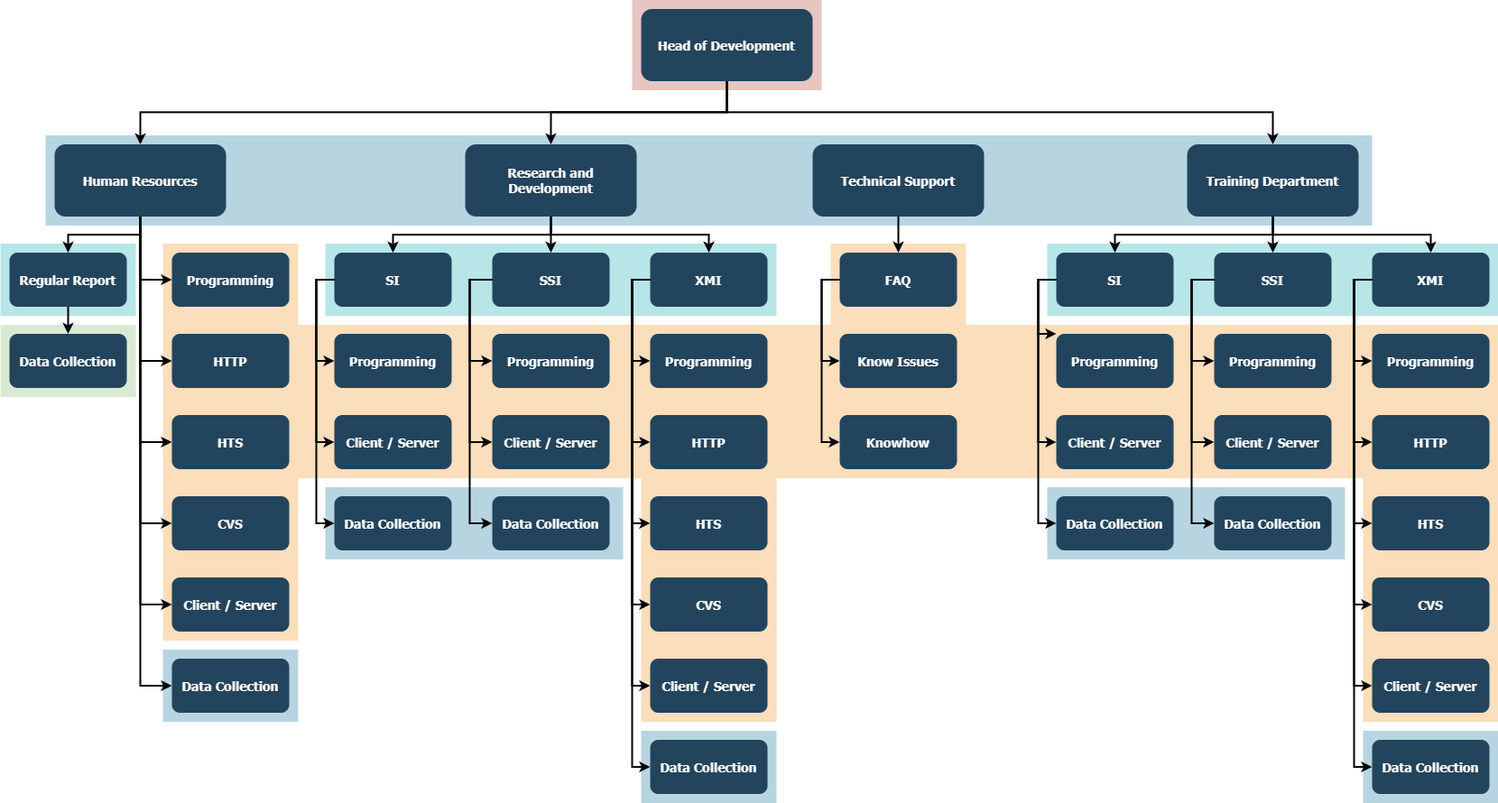
Above: Untitled Diagram.drawio.png in hamzarkm/learning-area (draw.io), before the change. Source tidied: cells renumbered, new cells last; positions are measured from the earlier drawing's top-left corner, leaving out a move shared by most shapes.
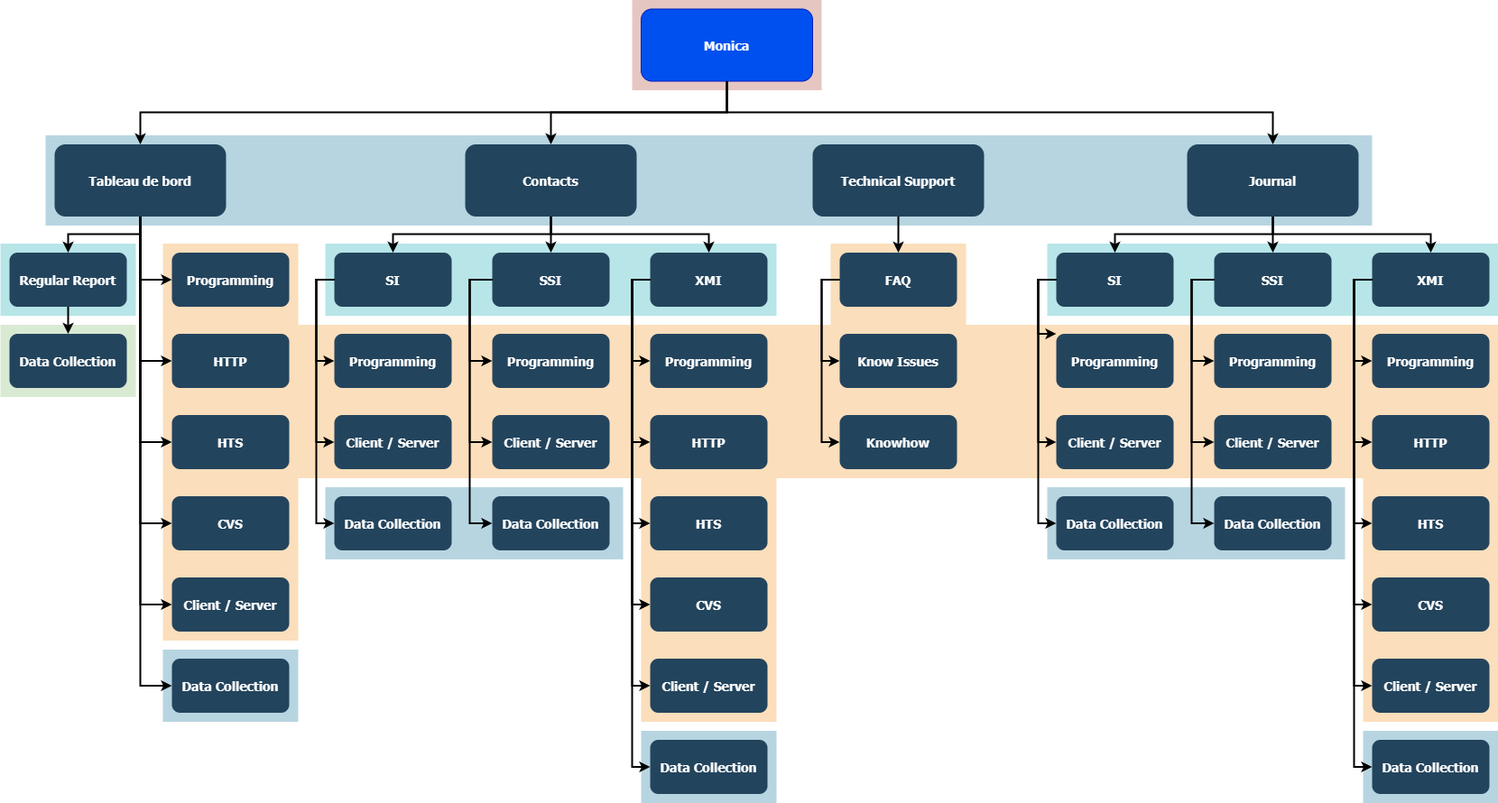
Later version of the same file.

What changed in the source:
```diff
@@ -50,10 +50,10 @@
     <mxCell id="17" style="fillColor=#12AAB5;strokeColor=none;opacity=30;" parent="1" vertex="1">
       <mxGeometry y="269.5" width="150" height="80" as="geometry" />
     </mxCell>
-    <mxCell id="18" value="Head of Development" style="rounded=1;fillColor=#23445D;gradientColor=none;strokeColor=none;fontColor=#FFFFFF;fontStyle=1;fontFamily=Tahoma;fontSize=14;" parent="1" vertex="1">
+    <mxCell id="18" value="Monica" style="rounded=1;fillColor=#0050ef;strokeColor=#001DBC;fontStyle=1;fontFamily=Tahoma;fontSize=14;fontColor=#ffffff;" parent="1" vertex="1">
       <mxGeometry x="710" y="9.5" width="190" height="80" as="geometry" />
     </mxCell>
-    <mxCell id="19" value="Training Department" style="rounded=1;fillColor=#23445D;gradientColor=none;strokeColor=none;fontColor=#FFFFFF;fontStyle=1;fontFamily=Tahoma;fontSize=14;" parent="1" vertex="1">
+    <mxCell id="19" value="Journal" style="rounded=1;fillColor=#23445D;gradientColor=none;strokeColor=none;fontColor=#FFFFFF;fontStyle=1;fontFamily=Tahoma;fontSize=14;" parent="1" vertex="1">
       <mxGeometry x="1315" y="159.5" width="190" height="80" as="geometry" />
     </mxCell>
     <mxCell id="20" style="edgeStyle=elbowEdgeStyle;elbow=vertical;strokeWidth=2;rounded=0;" parent="1" edge="1" source="18" target="19">
@@ -62,10 +62,10 @@
     <mxCell id="21" value="Technical Support" style="rounded=1;fillColor=#23445D;gradientColor=none;strokeColor=none;fontColor=#FFFFFF;fontStyle=1;fontFamily=Tahoma;fontSize=14;" parent="1" vertex="1">
       <mxGeometry x="900" y="159.5" width="190" height="80" as="geometry" />
     </mxCell>
-    <mxCell id="22" value="Research and &#10;Development" style="rounded=1;fillColor=#23445D;gradientColor=none;strokeColor=none;fontColor=#FFFFFF;fontStyle=1;fontFamily=Tahoma;fontSize=14;" parent="1" vertex="1">
+    <mxCell id="22" value="Contacts" style="rounded=1;fillColor=#23445D;gradientColor=none;strokeColor=none;fontColor=#FFFFFF;fontStyle=1;fontFamily=Tahoma;fontSize=14;" parent="1" vertex="1">
       <mxGeometry x="515" y="159.5" width="190" height="80" as="geometry" />
     </mxCell>
-    <mxCell id="23" value="Human Resources" style="rounded=1;fillColor=#23445D;gradientColor=none;strokeColor=none;fontColor=#FFFFFF;fontStyle=1;fontFamily=Tahoma;fontSize=14;" parent="1" vertex="1">
+    <mxCell id="23" value="Tableau de bord" style="rounded=1;fillColor=#23445D;gradientColor=none;strokeColor=none;fontColor=#FFFFFF;fontStyle=1;fontFamily=Tahoma;fontSize=14;" parent="1" vertex="1">
       <mxGeometry x="60" y="159.5" width="190" height="80" as="geometry" />
     </mxCell>
     <mxCell id="24" value="Regular Report" style="rounded=1;fillColor=#23445D;gradientColor=none;strokeColor=none;fontColor=#FFFFFF;fontStyle=1;fontFamily=Tahoma;fontSize=14;" parent="1" vertex="1">
```
